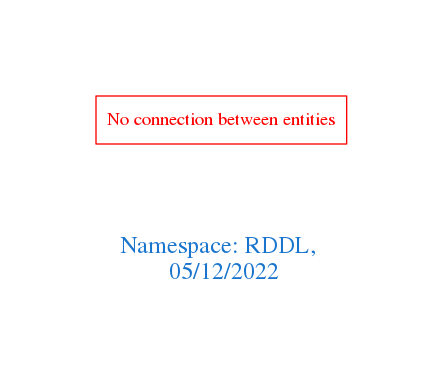
This is downloads/RDDL.png from arago/OGIT, a Graphviz export, as it was before one commit. Its source is kept beside it as downloads/RDDL.dot.
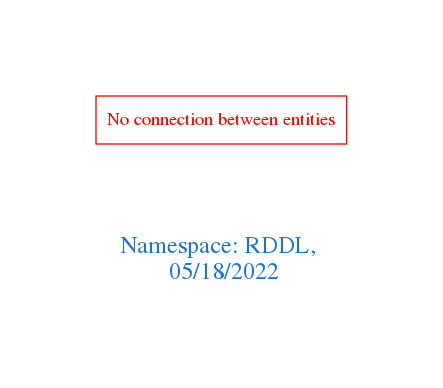
The same diagram one commit later.

The edit, as a diff of the source:
```diff
@@ -1,7 +1,7 @@
 digraph OGIT_ontology {
  graph [ rankdir= LR,pad=1
 fontsize = 18,
-fontcolor= dodgerblue3,label = "\n\n\nNamespace: RDDL, \n 05/12/2022"];
+fontcolor= dodgerblue3,label = "\n\n\nNamespace: RDDL, \n 05/18/2022"];
 node[shape=polygon];
 edge [  color="gray81"];
 
```
